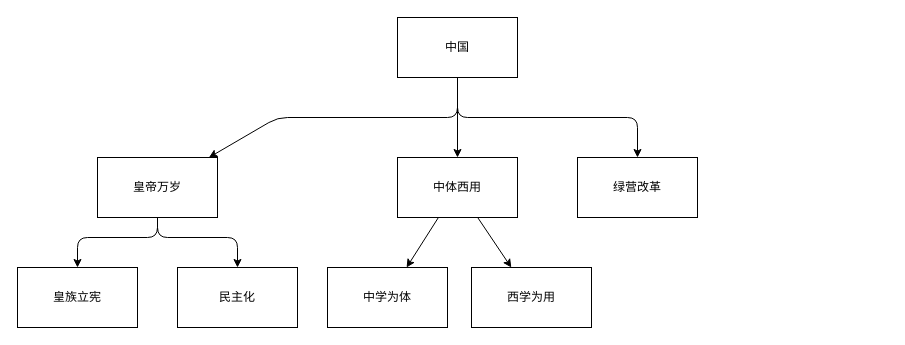
HCPTangHY/Victoria3mod-MJEE keeps this draw.io diagram as trees.drawio. Above is the earlier version. Source tidied: cells renumbered, new cells numbered last; positions are measured from the earlier drawing's top-left corner, leaving out a move shared by most shapes. Both pictures are drawn from the tidied source at 100%, with x=0, y=0 at pixel (17, 17).
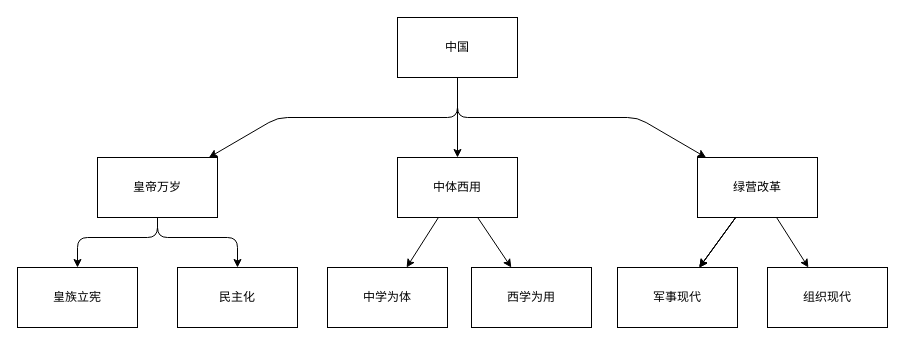
Above is the later version.

What changed in the source:
```diff
@@
+    <mxCell id="17" style="edgeStyle=none;html=1;" parent="1" edge="1" source="12" target="21">
+      <mxGeometry relative="1" as="geometry" />
+    </mxCell>
+    <mxCell id="18" style="edgeStyle=none;html=1;" parent="1" edge="1" source="12" target="21">
+      <mxGeometry relative="1" as="geometry" />
+    </mxCell>
+    <mxCell id="19" style="edgeStyle=none;html=1;" parent="1" edge="1" source="12" target="21">
+      <mxGeometry relative="1" as="geometry" />
+    </mxCell>
+    <mxCell id="20" style="edgeStyle=none;html=1;" parent="1" edge="1" source="12" target="22">
+      <mxGeometry relative="1" as="geometry" />
+    </mxCell>
     <mxCell id="12" value="绿营改革" style="whiteSpace=wrap;html=1;rounded=0;" parent="1" vertex="1">
-      <mxGeometry x="560" y="140" width="120" height="60" as="geometry" />
+      <mxGeometry x="680" y="140" width="120" height="60" as="geometry" />
     </mxCell>
@@
+    <mxCell id="21" value="军事现代" style="whiteSpace=wrap;html=1;rounded=0;" parent="1" vertex="1">
+      <mxGeometry x="600" y="250" width="120" height="60" as="geometry" />
+    </mxCell>
+    <mxCell id="22" value="组织现代" style="whiteSpace=wrap;html=1;rounded=0;" parent="1" vertex="1">
+      <mxGeometry x="750" y="250" width="120" height="60" as="geometry" />
+    </mxCell>
```
